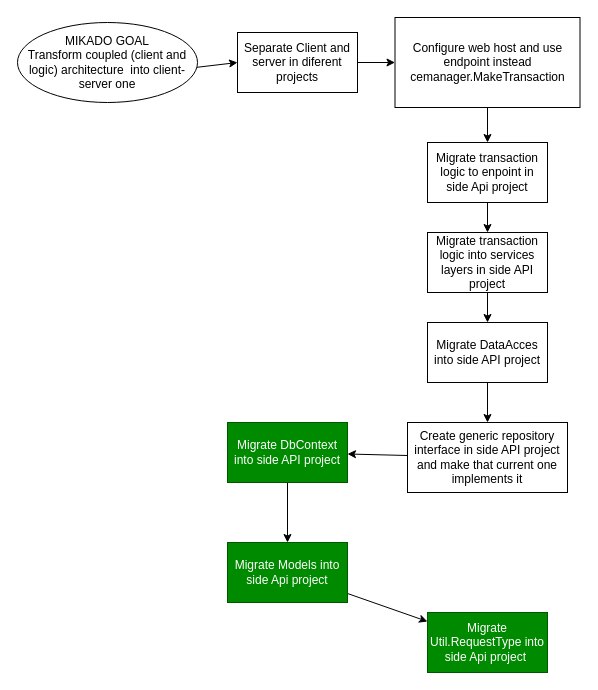
Earlier version of the draw.io diagram Docs/Diagrams/refactor_to_client-server(MikadoGraph).drawio (Camilo716/Customized-Expense-Manager). Source tidied: cells renumbered, new cells numbered last; positions are measured from the earlier drawing's top-left corner, leaving out a move shared by most shapes. Both pictures are drawn from the tidied source at 100%, with x=0, y=0 at pixel (17, 17).
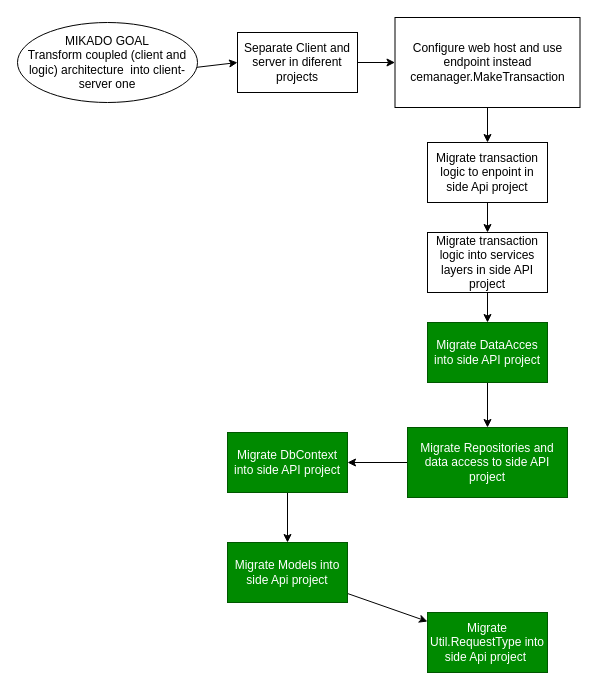
The same diagram, later.

Commit message (it also covers changes not shown here):
Migrate Repositories and data access to side API project

The edit, as a diff of the source:
```diff
@@
-    <mxCell id="14" value="Migrate DataAcces into side API project" style="whiteSpace=wrap;html=1;" parent="1" vertex="1">
+    <mxCell id="14" value="Migrate DataAcces into side API project" style="whiteSpace=wrap;html=1;fillColor=#008a00;fontColor=#ffffff;strokeColor=#005700;" parent="1" vertex="1">
       <mxGeometry x="410" y="305" width="120" height="60" as="geometry" />
     </mxCell>
@@
-    <mxCell id="18" value="Create generic repository interface in side API project and make that current one implements it" style="whiteSpace=wrap;html=1;" parent="1" vertex="1">
-      <mxGeometry x="390" y="405" width="160" height="70" as="geometry" />
+    <mxCell id="18" value="Migrate Repositories and data access to side API project" style="whiteSpace=wrap;html=1;fillColor=#008a00;fontColor=#ffffff;strokeColor=#005700;" parent="1" vertex="1">
+      <mxGeometry x="390" y="410" width="160" height="70" as="geometry" />
     </mxCell>
@@
     <mxCell id="20" value="Migrate DbContext into side API project" style="whiteSpace=wrap;html=1;fillColor=#008a00;fontColor=#ffffff;strokeColor=#005700;" parent="1" vertex="1">
-      <mxGeometry x="210" y="405" width="120" height="60" as="geometry" />
+      <mxGeometry x="210" y="415" width="120" height="60" as="geometry" />
     </mxCell>
```
